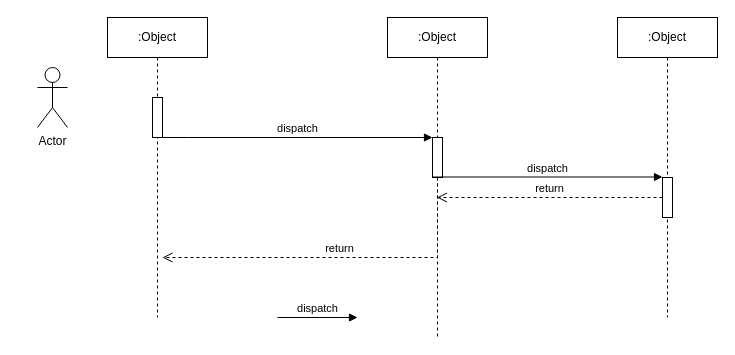
Earlier version of the draw.io diagram Untitled Diagram.drawio (emmanuelsoh/hazard). Source tidied: cells renumbered, new cells numbered last; positions are measured from the earlier drawing's top-left corner, leaving out a move shared by most shapes. Both pictures are drawn from the tidied source at 100%, with x=0, y=0 at pixel (37, 17).
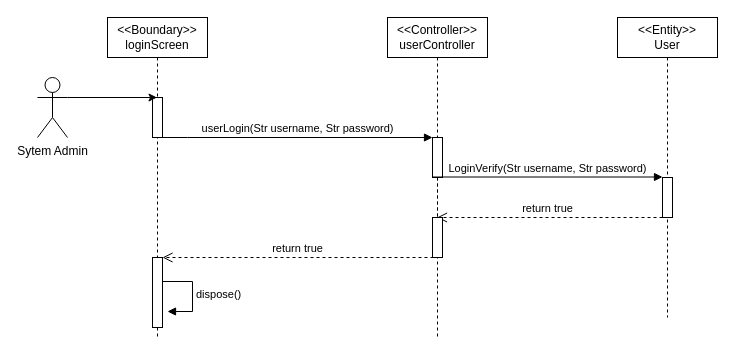
After the change.

Unchanged cells that the change refers to:
```xml
<mxCell id="3" style="html=1;points=[];perimeter=orthogonalPerimeter;outlineConnect=0;targetShapes=umlLifeline;portConstraint=eastwest;newEdgeStyle={&quot;edgeStyle&quot;:&quot;elbowEdgeStyle&quot;,&quot;elbow&quot;:&quot;vertical&quot;,&quot;curved&quot;:0,&quot;rounded&quot;:0};" parent="2" vertex="1">
  <mxGeometry x="45" y="120" width="10" height="40" as="geometry" />
</mxCell>
<mxCell id="8" style="html=1;points=[];perimeter=orthogonalPerimeter;outlineConnect=0;targetShapes=umlLifeline;portConstraint=eastwest;newEdgeStyle={&quot;edgeStyle&quot;:&quot;elbowEdgeStyle&quot;,&quot;elbow&quot;:&quot;vertical&quot;,&quot;curved&quot;:0,&quot;rounded&quot;:0};" parent="7" vertex="1">
  <mxGeometry x="45" y="160" width="10" height="40" as="geometry" />
</mxCell>
```

Diff of the diagram source:
```diff
@@
-    <mxCell id="2" value=":Object" style="shape=umlLifeline;perimeter=lifelinePerimeter;whiteSpace=wrap;html=1;outlineConnect=0;portConstraint=eastwest;newEdgeStyle={&quot;edgeStyle&quot;:&quot;elbowEdgeStyle&quot;,&quot;elbow&quot;:&quot;vertical&quot;,&quot;curved&quot;:0,&quot;rounded&quot;:0};" parent="1" vertex="1">
+    <mxCell id="2" value="&amp;lt;&amp;lt;Controller&amp;gt;&amp;gt;&lt;br&gt;userController" style="shape=umlLifeline;perimeter=lifelinePerimeter;whiteSpace=wrap;html=1;outlineConnect=0;portConstraint=eastwest;newEdgeStyle={&quot;edgeStyle&quot;:&quot;elbowEdgeStyle&quot;,&quot;elbow&quot;:&quot;vertical&quot;,&quot;curved&quot;:0,&quot;rounded&quot;:0};" parent="1" vertex="1">
       <mxGeometry x="350" width="100" height="320" as="geometry" />
     </mxCell>
@@
-    <mxCell id="4" value="dispatch" style="html=1;verticalAlign=bottom;endArrow=block;edgeStyle=elbowEdgeStyle;elbow=vertical;curved=0;rounded=0;" parent="1" edge="1">
+    <mxCell id="4" value="userLogin(Str username, Str password)" style="html=1;verticalAlign=bottom;endArrow=block;edgeStyle=elbowEdgeStyle;elbow=vertical;curved=0;rounded=0;" parent="1" edge="1">
       <mxGeometry relative="1" as="geometry">
         <mxPoint x="125" y="120" as="sourcePoint" />
         <mxPoint x="395" y="120" as="targetPoint" />
         <Array as="points">
           <mxPoint x="150" y="120" />
         </Array>
       </mxGeometry>
     </mxCell>
-    <mxCell id="5" value="return" style="html=1;verticalAlign=bottom;endArrow=open;dashed=1;endSize=8;edgeStyle=elbowEdgeStyle;elbow=vertical;curved=0;rounded=0;" parent="1" edge="1" source="3">
-      <mxGeometry relative="1" as="geometry">
+    <mxCell id="5" value="return true" style="html=1;verticalAlign=bottom;endArrow=open;dashed=1;endSize=8;edgeStyle=elbowEdgeStyle;elbow=vertical;curved=0;rounded=0;" parent="1" edge="1" source="3">
+      <mxGeometry x="0.24" relative="1" as="geometry">
         <mxPoint x="125" y="240" as="targetPoint" />
         <Array as="points">
           <mxPoint x="160" y="240" />
         </Array>
       </mxGeometry>
     </mxCell>
-    <mxCell id="6" value="Actor" style="shape=umlActor;verticalLabelPosition=bottom;verticalAlign=top;html=1;" parent="1" vertex="1">
-      <mxGeometry y="50" width="30" height="60" as="geometry" />
+    <mxCell id="6" value="Sytem Admin" style="shape=umlActor;verticalLabelPosition=bottom;verticalAlign=top;html=1;" parent="1" vertex="1">
+      <mxGeometry y="60" width="30" height="60" as="geometry" />
     </mxCell>
-    <mxCell id="7" value=":Object" style="shape=umlLifeline;perimeter=lifelinePerimeter;whiteSpace=wrap;html=1;newEdgeStyle={&quot;edgeStyle&quot;:&quot;elbowEdgeStyle&quot;,&quot;elbow&quot;:&quot;vertical&quot;,&quot;curved&quot;:0,&quot;rounded&quot;:0};" parent="1" vertex="1">
+    <mxCell id="7" value="&amp;lt;&amp;lt;Entity&amp;gt;&amp;gt;&lt;br&gt;User" style="shape=umlLifeline;perimeter=lifelinePerimeter;whiteSpace=wrap;html=1;newEdgeStyle={&quot;edgeStyle&quot;:&quot;elbowEdgeStyle&quot;,&quot;elbow&quot;:&quot;vertical&quot;,&quot;curved&quot;:0,&quot;rounded&quot;:0};" parent="1" vertex="1">
       <mxGeometry x="580" width="100" height="300" as="geometry" />
     </mxCell>
@@
-    <mxCell id="9" value=":Object" style="shape=umlLifeline;perimeter=lifelinePerimeter;whiteSpace=wrap;html=1;newEdgeStyle={&quot;edgeStyle&quot;:&quot;elbowEdgeStyle&quot;,&quot;elbow&quot;:&quot;vertical&quot;,&quot;curved&quot;:0,&quot;rounded&quot;:0};" parent="1" vertex="1">
-      <mxGeometry x="70" width="100" height="300" as="geometry" />
+    <mxCell id="9" value="&amp;lt;&amp;lt;Boundary&amp;gt;&amp;gt;&lt;br&gt;loginScreen" style="shape=umlLifeline;perimeter=lifelinePerimeter;whiteSpace=wrap;html=1;newEdgeStyle={&quot;edgeStyle&quot;:&quot;elbowEdgeStyle&quot;,&quot;elbow&quot;:&quot;vertical&quot;,&quot;curved&quot;:0,&quot;rounded&quot;:0};" parent="1" vertex="1">
+      <mxGeometry x="70" width="100" height="320" as="geometry" />
     </mxCell>
@@
-    <mxCell id="11" value="dispatch" style="html=1;verticalAlign=bottom;endArrow=block;curved=0;rounded=0;" parent="1" edge="1">
-      <mxGeometry relative="1" as="geometry">
-        <mxPoint x="240" y="300" as="sourcePoint" />
-        <mxPoint x="320" y="300" as="targetPoint" />
-      </mxGeometry>
-    </mxCell>
+    <mxCell id="14" style="html=1;perimeter=orthogonalPerimeter;targetShapes=umlLifeline;newEdgeStyle={&quot;curved&quot;:0,&quot;rounded&quot;:0};" parent="9" vertex="1">
+      <mxGeometry x="45" y="240" width="10" height="70" as="geometry" />
+    </mxCell>
-    <mxCell id="12" value="return" style="html=1;verticalAlign=bottom;endArrow=open;dashed=1;endSize=8;curved=0;rounded=0;" parent="1" edge="1" source="8" target="2">
-      <mxGeometry relative="1" as="geometry" />
+    <mxCell id="12" value="return true" style="html=1;verticalAlign=bottom;endArrow=open;dashed=1;endSize=8;curved=0;rounded=0;" parent="1" edge="1">
+      <mxGeometry x="0.02" relative="1" as="geometry">
+        <mxPoint x="625" y="200" as="sourcePoint" />
+        <mxPoint x="399.5" y="200" as="targetPoint" />
+      </mxGeometry>
     </mxCell>
-    <mxCell id="13" value="dispatch" style="html=1;verticalAlign=bottom;endArrow=block;curved=0;rounded=0;" parent="1" edge="1">
+    <mxCell id="13" value="LoginVerify(Str username, Str password)" style="html=1;verticalAlign=bottom;endArrow=block;curved=0;rounded=0;" parent="1" edge="1">
       <mxGeometry relative="1" as="geometry">
         <mxPoint x="395" y="159.5" as="sourcePoint" />
         <mxPoint x="625" y="159.5" as="targetPoint" />
       </mxGeometry>
     </mxCell>
+    <mxCell id="15" style="html=1;perimeter=orthogonalPerimeter;targetShapes=umlLifeline;newEdgeStyle={&quot;curved&quot;:0,&quot;rounded&quot;:0};" parent="1" vertex="1">
+      <mxGeometry x="395" y="200" width="10" height="40" as="geometry" />
+    </mxCell>
+    <mxCell id="16" style="endArrow=classic;html=1;rounded=0;" parent="1" edge="1">
+      <mxGeometry relative="1" as="geometry">
+        <mxPoint x="30" y="80" as="sourcePoint" />
+        <mxPoint x="119.5" y="80" as="targetPoint" />
+      </mxGeometry>
+    </mxCell>
+    <mxCell id="17" value="dispose()" style="html=1;align=left;spacingLeft=2;endArrow=block;rounded=0;edgeStyle=orthogonalEdgeStyle;curved=0;rounded=0;" parent="1" edge="1">
+      <mxGeometry relative="1" as="geometry">
+        <mxPoint x="125" y="264" as="sourcePoint" />
+        <mxPoint x="130" y="294" as="targetPoint" />
+        <Array as="points">
+          <mxPoint x="155" y="294" />
+        </Array>
+      </mxGeometry>
+    </mxCell>
```
